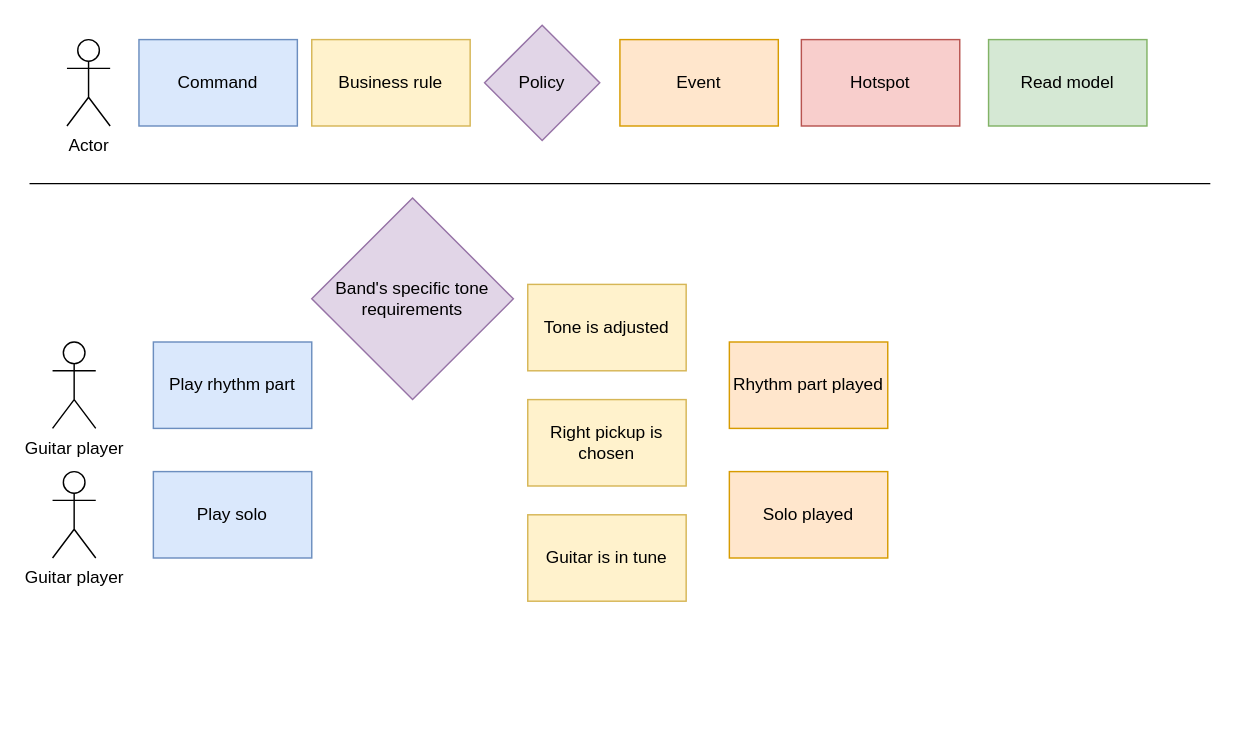
Above: guitar_dles.drawio in breader124/ddd-building-blocks (draw.io), before the change. Source tidied: cells renumbered, new cells numbered last; positions are measured from the earlier drawing's top-left corner, leaving out a move shared by most shapes. Both pictures are drawn from the tidied source at 144%, with x=0, y=0 at pixel (29, 24).
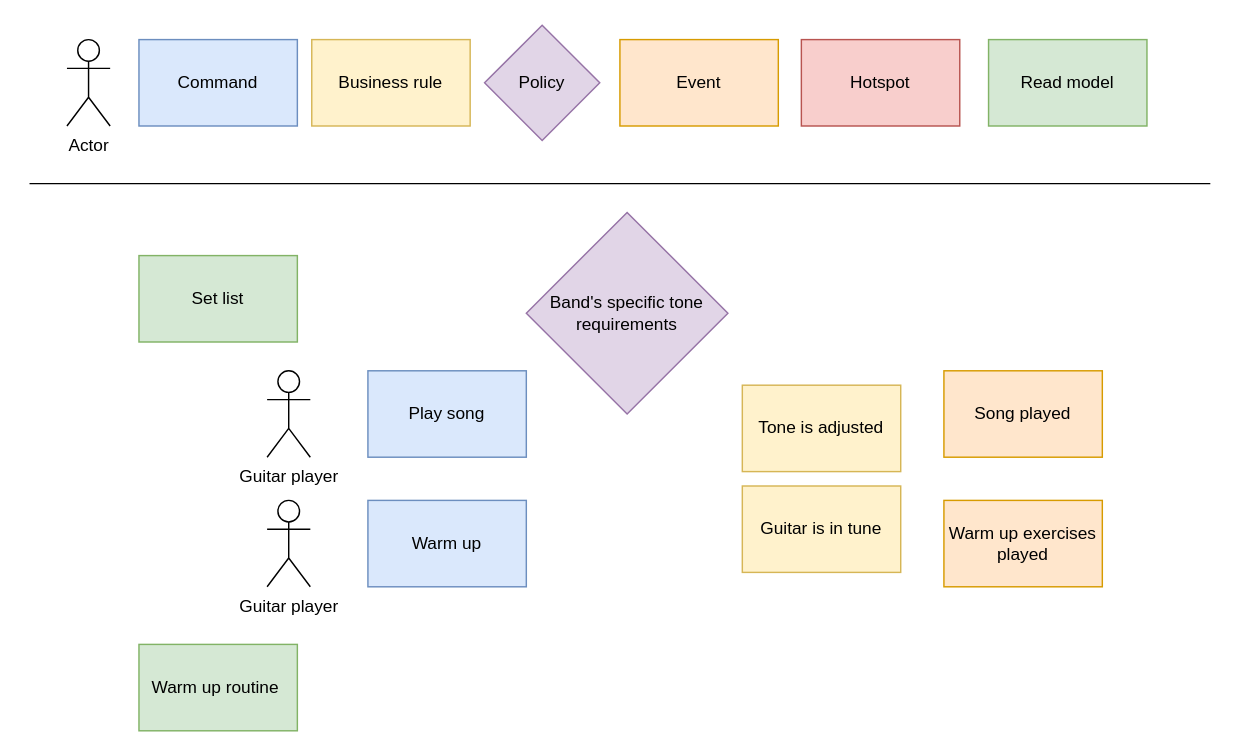
The same page after the edit.

Change to the diagram source:
```diff
@@
     <mxCell id="9" value="Tone is adjusted" style="rounded=0;whiteSpace=wrap;html=1;fillColor=#fff2cc;strokeColor=#d6b656;flipH=0;" parent="1" vertex="1">
-      <mxGeometry x="346" y="180" width="110" height="60" as="geometry" />
+      <mxGeometry x="495" y="250" width="110" height="60" as="geometry" />
     </mxCell>
-    <mxCell id="10" value="Right pickup is chosen" style="rounded=0;whiteSpace=wrap;html=1;fillColor=#fff2cc;strokeColor=#d6b656;flipH=0;" parent="1" vertex="1">
-      <mxGeometry x="346" y="260" width="110" height="60" as="geometry" />
-    </mxCell>
     <mxCell id="11" value="Guitar is in tune" style="rounded=0;whiteSpace=wrap;html=1;fillColor=#fff2cc;strokeColor=#d6b656;flipH=0;" parent="1" vertex="1">
-      <mxGeometry x="346" y="340" width="110" height="60" as="geometry" />
+      <mxGeometry x="495" y="320" width="110" height="60" as="geometry" />
     </mxCell>
-    <mxCell id="12" value="Play rhythm part" style="rounded=0;whiteSpace=wrap;html=1;fillColor=#dae8fc;strokeColor=#6c8ebf;flipH=0;" parent="1" vertex="1">
-      <mxGeometry x="86" y="220" width="110" height="60" as="geometry" />
+    <mxCell id="12" value="Warm up" style="rounded=0;whiteSpace=wrap;html=1;fillColor=#dae8fc;strokeColor=#6c8ebf;flipH=0;" parent="1" vertex="1">
+      <mxGeometry x="235" y="330" width="110" height="60" as="geometry" />
     </mxCell>
-    <mxCell id="13" value="Play solo" style="rounded=0;whiteSpace=wrap;html=1;fillColor=#dae8fc;strokeColor=#6c8ebf;flipH=0;" parent="1" vertex="1">
-      <mxGeometry x="86" y="310" width="110" height="60" as="geometry" />
+    <mxCell id="13" value="Play song" style="rounded=0;whiteSpace=wrap;html=1;fillColor=#dae8fc;strokeColor=#6c8ebf;flipH=0;" parent="1" vertex="1">
+      <mxGeometry x="235" y="240" width="110" height="60" as="geometry" />
     </mxCell>
-    <mxCell id="14" value="Rhythm part played" style="rounded=0;whiteSpace=wrap;html=1;fillColor=#ffe6cc;strokeColor=#d79b00;flipH=0;" parent="1" vertex="1">
-      <mxGeometry x="486" y="220" width="110" height="60" as="geometry" />
+    <mxCell id="14" value="Song played" style="rounded=0;whiteSpace=wrap;html=1;fillColor=#ffe6cc;strokeColor=#d79b00;flipH=0;" parent="1" vertex="1">
+      <mxGeometry x="635" y="240" width="110" height="60" as="geometry" />
     </mxCell>
-    <mxCell id="15" value="Solo played" style="rounded=0;whiteSpace=wrap;html=1;fillColor=#ffe6cc;strokeColor=#d79b00;flipH=0;" parent="1" vertex="1">
-      <mxGeometry x="486" y="310" width="110" height="60" as="geometry" />
+    <mxCell id="15" value="Warm up exercises played" style="rounded=0;whiteSpace=wrap;html=1;fillColor=#ffe6cc;strokeColor=#d79b00;flipH=0;" parent="1" vertex="1">
+      <mxGeometry x="635" y="330" width="110" height="60" as="geometry" />
     </mxCell>
     <mxCell id="16" value="Band's specific tone requirements" style="rhombus;whiteSpace=wrap;html=1;fillColor=#e1d5e7;strokeColor=#9673a6;flipH=0;" parent="1" vertex="1">
-      <mxGeometry x="196" y="120" width="140" height="140" as="geometry" />
+      <mxGeometry x="345" y="130" width="140" height="140" as="geometry" />
     </mxCell>
     <mxCell id="17" value="Guitar player" style="shape=umlActor;verticalLabelPosition=bottom;verticalAlign=top;html=1;flipH=0;" parent="1" vertex="1">
-      <mxGeometry x="16" y="220" width="30" height="60" as="geometry" />
+      <mxGeometry x="165" y="240" width="30" height="60" as="geometry" />
     </mxCell>
     <mxCell id="18" value="Guitar player" style="shape=umlActor;verticalLabelPosition=bottom;verticalAlign=top;html=1;flipH=0;" parent="1" vertex="1">
-      <mxGeometry x="16" y="310" width="30" height="60" as="geometry" />
+      <mxGeometry x="165" y="330" width="30" height="60" as="geometry" />
     </mxCell>
@@
+    <mxCell id="20" value="Set list" style="rounded=0;whiteSpace=wrap;html=1;fillColor=#d5e8d4;strokeColor=#82b366;flipH=0;" parent="1" vertex="1">
+      <mxGeometry x="76" y="160" width="110" height="60" as="geometry" />
+    </mxCell>
+    <mxCell id="21" value="Warm up routine&amp;nbsp;" style="rounded=0;whiteSpace=wrap;html=1;fillColor=#d5e8d4;strokeColor=#82b366;flipH=0;" parent="1" vertex="1">
+      <mxGeometry x="76" y="430" width="110" height="60" as="geometry" />
+    </mxCell>
```
